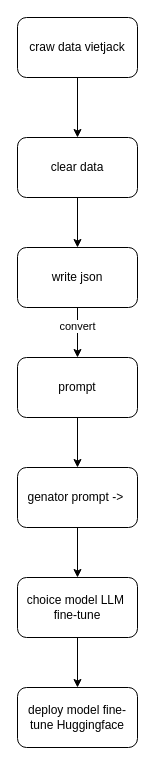
Above: page "Tao ra model genator" (8 of 8) of ID.drawio in PhamVanHung412004/Building_a_physics_problem_solving_system (draw.io), before the change. Source tidied: cells renumbered, new cells numbered last; positions are measured from the earlier drawing's top-left corner, leaving out a move shared by most shapes. Both pictures are drawn from the tidied source at 100%, with x=0, y=0 at pixel (17, 17).
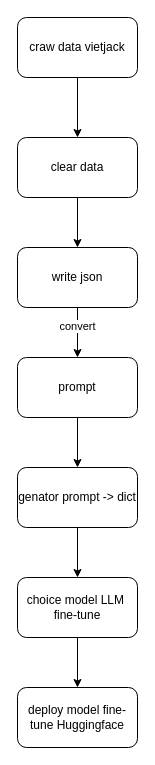
The same diagram, later.

Diff of the diagram source:
```diff
@@
 <mxGraphModel>
   <root>
     <mxCell id="0" />
     <mxCell id="1" parent="0" />
     <mxCell id="2" style="edgeStyle=none;html=1;entryX=0.5;entryY=0;entryDx=0;entryDy=0;" parent="1" edge="1" source="3" target="5">
       <mxGeometry relative="1" as="geometry" />
     </mxCell>
     <mxCell id="3" value="craw data vietjack" style="rounded=1;whiteSpace=wrap;html=1;" parent="1" vertex="1">
       <mxGeometry width="120" height="60" as="geometry" />
     </mxCell>
     <mxCell id="4" style="edgeStyle=none;html=1;entryX=0.5;entryY=0;entryDx=0;entryDy=0;" parent="1" edge="1" source="5" target="8">
       <mxGeometry relative="1" as="geometry" />
     </mxCell>
     <mxCell id="5" value="clear data" style="rounded=1;whiteSpace=wrap;html=1;" parent="1" vertex="1">
       <mxGeometry y="120" width="120" height="60" as="geometry" />
     </mxCell>
     <mxCell id="6" style="edgeStyle=none;html=1;entryX=0.5;entryY=0;entryDx=0;entryDy=0;" parent="1" edge="1" source="8" target="10">
       <mxGeometry relative="1" as="geometry" />
     </mxCell>
     <mxCell id="7" value="convert" style="edgeLabel;html=1;align=center;verticalAlign=middle;" parent="6" vertex="1">
       <mxGeometry x="-0.3" y="-1" relative="1" as="geometry" />
     </mxCell>
     <mxCell id="8" value="write json" style="rounded=1;whiteSpace=wrap;html=1;" parent="1" vertex="1">
       <mxGeometry y="230" width="120" height="60" as="geometry" />
     </mxCell>
     <mxCell id="9" style="edgeStyle=none;html=1;entryX=0.5;entryY=0;entryDx=0;entryDy=0;" parent="1" edge="1" source="10" target="12">
       <mxGeometry relative="1" as="geometry" />
     </mxCell>
     <mxCell id="10" value="prompt" style="rounded=1;whiteSpace=wrap;html=1;" parent="1" vertex="1">
       <mxGeometry y="340" width="120" height="60" as="geometry" />
     </mxCell>
     <mxCell id="11" style="edgeStyle=none;html=1;entryX=0.5;entryY=0;entryDx=0;entryDy=0;" parent="1" edge="1" source="12" target="14">
       <mxGeometry relative="1" as="geometry" />
     </mxCell>
-    <mxCell id="12" value="genator prompt -&amp;gt;&amp;nbsp;" style="rounded=1;whiteSpace=wrap;html=1;" parent="1" vertex="1">
+    <mxCell id="12" value="genator prompt -&amp;gt; dict" style="rounded=1;whiteSpace=wrap;html=1;" parent="1" vertex="1">
       <mxGeometry y="450" width="120" height="60" as="geometry" />
     </mxCell>
     <mxCell id="13" style="edgeStyle=none;html=1;" parent="1" edge="1" source="14" target="15">
       <mxGeometry relative="1" as="geometry" />
     </mxCell>
     <mxCell id="14" value="choice model LLM&amp;nbsp;&lt;div&gt;fine-tune&lt;/div&gt;" style="rounded=1;whiteSpace=wrap;html=1;" parent="1" vertex="1">
       <mxGeometry y="560" width="120" height="60" as="geometry" />
     </mxCell>
     <mxCell id="15" value="deploy model fine-tune Huggingface" style="whiteSpace=wrap;html=1;rounded=1;" parent="1" vertex="1">
       <mxGeometry y="670" width="120" height="60" as="geometry" />
     </mxCell>
   </root>
 </mxGraphModel>
```
